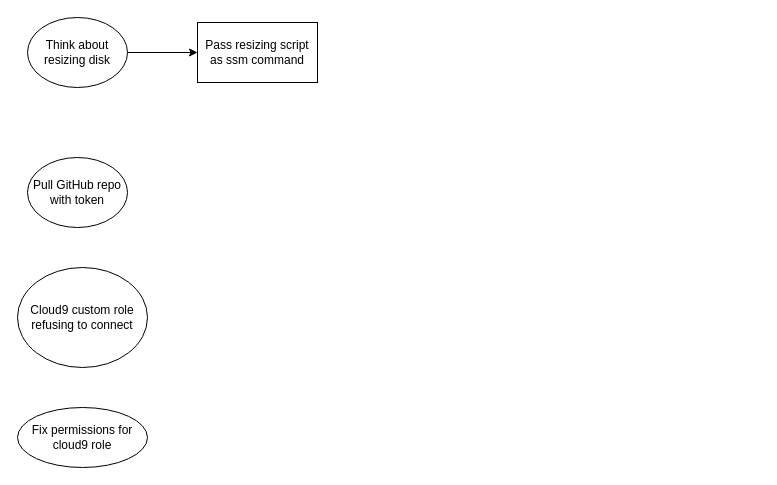
Above: page "Page-2" (2 of 2) of Cloud9 Automation.drawio in ehazan/drawioconfig (draw.io), before the change. Source tidied: cells renumbered, new cells numbered last; positions are measured from the earlier drawing's top-left corner, leaving out a move shared by most shapes. Both pictures are drawn from the tidied source at 100%, with x=0, y=0 at pixel (17, 17).
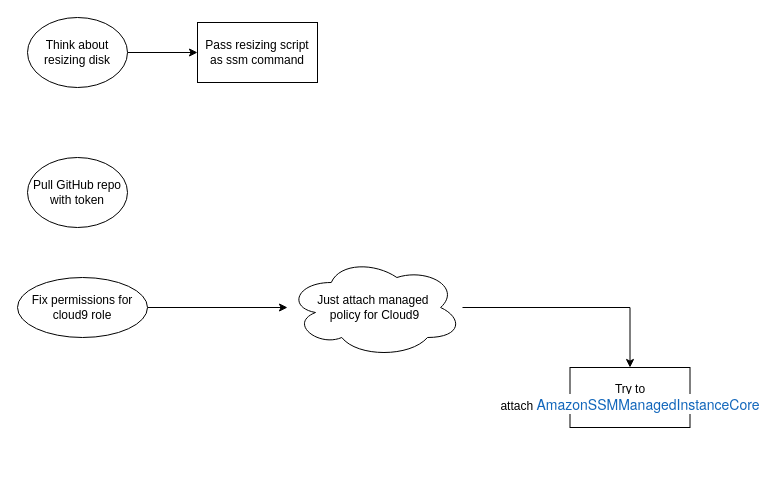
After the change.

What changed in the source:
```diff
@@
 <mxGraphModel>
   <root>
     <mxCell id="0" />
     <mxCell id="1" parent="0" />
     <mxCell id="2" style="edgeStyle=orthogonalEdgeStyle;rounded=0;jettySize=auto;html=1;" parent="1" edge="1" source="3" target="5">
       <mxGeometry relative="1" as="geometry" />
     </mxCell>
     <mxCell id="3" value="Think about resizing disk" style="ellipse;whiteSpace=wrap;html=1;align=center;newEdgeStyle={&quot;edgeStyle&quot;:&quot;entityRelationEdgeStyle&quot;,&quot;startArrow&quot;:&quot;none&quot;,&quot;endArrow&quot;:&quot;none&quot;,&quot;segment&quot;:10,&quot;curved&quot;:1};" parent="1" vertex="1">
       <mxGeometry x="10" width="100" height="70" as="geometry" />
     </mxCell>
     <mxCell id="4" value="Pull GitHub repo with token" style="ellipse;whiteSpace=wrap;html=1;align=center;newEdgeStyle={&quot;edgeStyle&quot;:&quot;entityRelationEdgeStyle&quot;,&quot;startArrow&quot;:&quot;none&quot;,&quot;endArrow&quot;:&quot;none&quot;,&quot;segment&quot;:10,&quot;curved&quot;:1};" parent="1" vertex="1">
       <mxGeometry x="10" y="140" width="100" height="70" as="geometry" />
     </mxCell>
     <mxCell id="5" value="Pass resizing script as ssm command" style="whiteSpace=wrap;html=1;" parent="1" vertex="1">
       <mxGeometry x="180" y="5" width="120" height="60" as="geometry" />
     </mxCell>
-    <mxCell id="6" value="Cloud9 custom role refusing to connect" style="ellipse;whiteSpace=wrap;html=1;align=center;newEdgeStyle={&quot;edgeStyle&quot;:&quot;entityRelationEdgeStyle&quot;,&quot;startArrow&quot;:&quot;none&quot;,&quot;endArrow&quot;:&quot;none&quot;,&quot;segment&quot;:10,&quot;curved&quot;:1};" parent="1" vertex="1">
-      <mxGeometry y="250" width="130" height="100" as="geometry" />
-    </mxCell>
+    <mxCell id="8" style="edgeStyle=orthogonalEdgeStyle;rounded=0;jettySize=auto;html=1;" parent="1" edge="1" source="7" target="10">
+      <mxGeometry relative="1" as="geometry" />
+    </mxCell>
     <mxCell id="7" value="Fix permissions for cloud9 role" style="ellipse;whiteSpace=wrap;html=1;align=center;newEdgeStyle={&quot;edgeStyle&quot;:&quot;entityRelationEdgeStyle&quot;,&quot;startArrow&quot;:&quot;none&quot;,&quot;endArrow&quot;:&quot;none&quot;,&quot;segment&quot;:10,&quot;curved&quot;:1};" parent="1" vertex="1">
-      <mxGeometry y="390" width="130" height="60" as="geometry" />
+      <mxGeometry y="260" width="130" height="60" as="geometry" />
     </mxCell>
+    <mxCell id="9" style="edgeStyle=orthogonalEdgeStyle;rounded=0;jettySize=auto;html=1;" parent="1" edge="1" source="10" target="11">
+      <mxGeometry relative="1" as="geometry" />
+    </mxCell>
+    <mxCell id="10" value="Just attach managed&amp;nbsp;&lt;br&gt;policy for Cloud9&lt;br&gt;" style="ellipse;shape=cloud;whiteSpace=wrap;html=1;" parent="1" vertex="1">
+      <mxGeometry x="270" y="240" width="175" height="100" as="geometry" />
+    </mxCell>
+    <mxCell id="11" value="Try to attach&amp;nbsp;&lt;a style=&quot;background-color: rgb(255, 255, 255); color: var(--awsui-color-text-link-default,#16b); text-decoration-line: none; font-family: &amp;quot;Helvetica Neue&amp;quot;, Roboto, Arial, sans-serif; font-size: 14px; text-align: left;&quot; rel=&quot;noopener noreferrer&quot; target=&quot;_self&quot; href=&quot;https://us-east-1.console.aws.amazon.com/iam/home#/policies/arn:aws:iam::aws:policy/AmazonSSMManagedInstanceCore&quot; class=&quot;iam-v1-link&quot;&gt;&lt;span class=&quot;iam-v1-link__text&quot;&gt;AmazonSSMManagedInstanceCore&lt;/span&gt;&lt;/a&gt;" style="whiteSpace=wrap;html=1;" parent="1" vertex="1">
+      <mxGeometry x="552.5" y="350" width="120" height="60" as="geometry" />
+    </mxCell>
   </root>
 </mxGraphModel>
```
